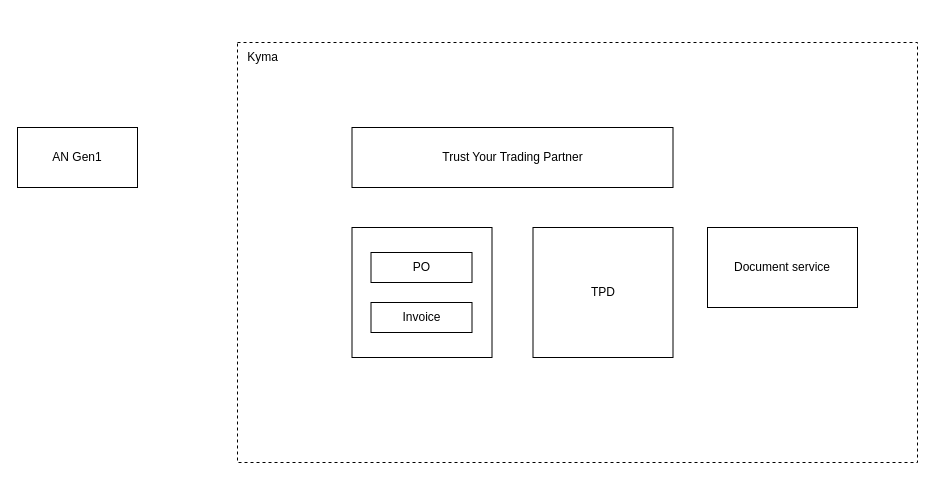
Above: trustscore.drawio in huangshijie/Drawio (draw.io), before the change. Source tidied: cells renumbered, new cells numbered last; positions are measured from the earlier drawing's top-left corner, leaving out a move shared by most shapes. Both pictures are drawn from the tidied source at 100%, with x=0, y=0 at pixel (17, 42).
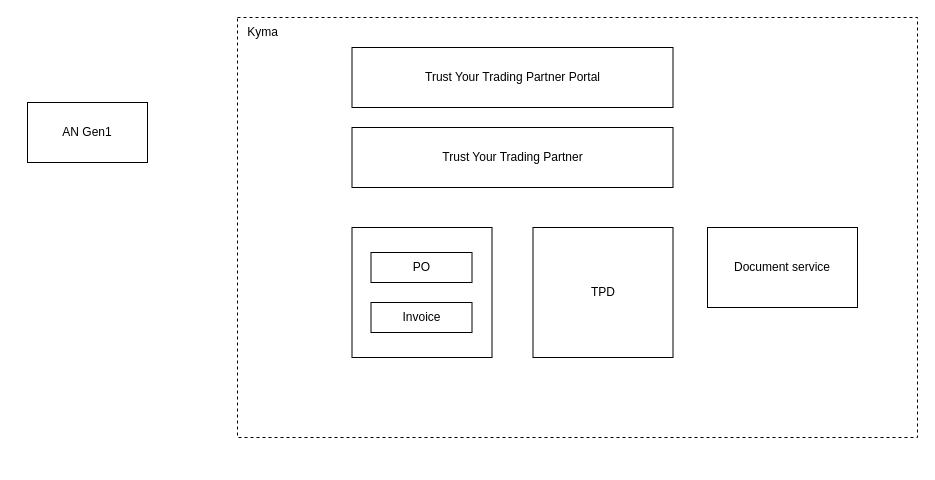
The same page after the edit.

The edit, as a diff of the source:
```diff
@@
 <mxGraphModel>
   <root>
     <mxCell id="0" />
     <mxCell id="1" parent="0" />
     <mxCell id="2" style="rounded=0;whiteSpace=wrap;html=1;dashed=1;" parent="1" vertex="1">
-      <mxGeometry x="220" width="680" height="420" as="geometry" />
+      <mxGeometry x="220" y="-25" width="680" height="420" as="geometry" />
     </mxCell>
     <mxCell id="3" value="Trust Your Trading Partner" style="rounded=0;whiteSpace=wrap;html=1;" parent="1" vertex="1">
       <mxGeometry x="334.5" y="85" width="321" height="60" as="geometry" />
     </mxCell>
     <mxCell id="4" value="AN Gen1" style="rounded=0;whiteSpace=wrap;html=1;" parent="1" vertex="1">
-      <mxGeometry y="85" width="120" height="60" as="geometry" />
+      <mxGeometry x="10" y="60" width="120" height="60" as="geometry" />
     </mxCell>
     <mxCell id="5" value="Kyma" style="text;html=1;align=center;verticalAlign=middle;strokeColor=none;fillColor=none;" parent="1" vertex="1">
-      <mxGeometry x="220" width="50" height="30" as="geometry" />
+      <mxGeometry x="220" y="-25" width="50" height="30" as="geometry" />
     </mxCell>
     <mxCell id="6" style="group;" parent="1" vertex="1">
       <mxGeometry x="334.5" y="185" width="140" height="130" as="geometry" />
     </mxCell>
     <mxCell id="7" style="rounded=0;whiteSpace=wrap;html=1;" parent="6" vertex="1">
       <mxGeometry width="140" height="130" as="geometry" />
     </mxCell>
     <mxCell id="8" value="PO" style="rounded=0;whiteSpace=wrap;html=1;" parent="6" vertex="1">
       <mxGeometry x="19" y="25" width="101" height="30" as="geometry" />
     </mxCell>
     <mxCell id="9" value="Invoice" style="rounded=0;whiteSpace=wrap;html=1;" parent="6" vertex="1">
       <mxGeometry x="19" y="75" width="101" height="30" as="geometry" />
     </mxCell>
     <mxCell id="10" value="TPD" style="rounded=0;whiteSpace=wrap;html=1;" parent="1" vertex="1">
       <mxGeometry x="515.5" y="185" width="140" height="130" as="geometry" />
     </mxCell>
     <mxCell id="11" value="Document service" style="rounded=0;whiteSpace=wrap;html=1;" parent="1" vertex="1">
       <mxGeometry x="690" y="185" width="150" height="80" as="geometry" />
     </mxCell>
+    <mxCell id="12" value="Trust Your Trading Partner Portal" style="rounded=0;whiteSpace=wrap;html=1;" parent="1" vertex="1">
+      <mxGeometry x="334.5" y="5" width="321" height="60" as="geometry" />
+    </mxCell>
   </root>
 </mxGraphModel>
```
